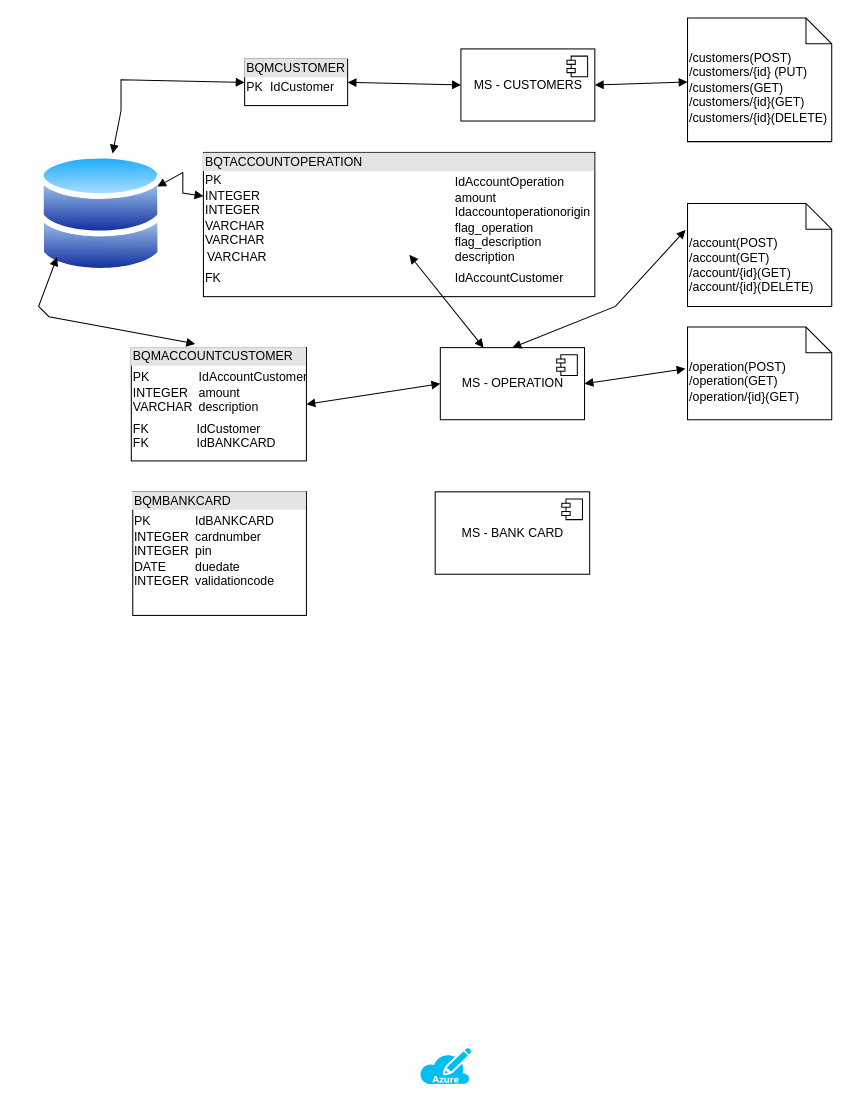
Before: SolutionBank-v1.drawio in AppBancoQuarkus/designsolution, a draw.io diagram. Source tidied: cells renumbered, new cells numbered last; positions are measured from the earlier drawing's top-left corner, leaving out a move shared by most shapes. Both pictures are drawn from the tidied source at 103%, with x=0, y=0 at pixel (38, 18).
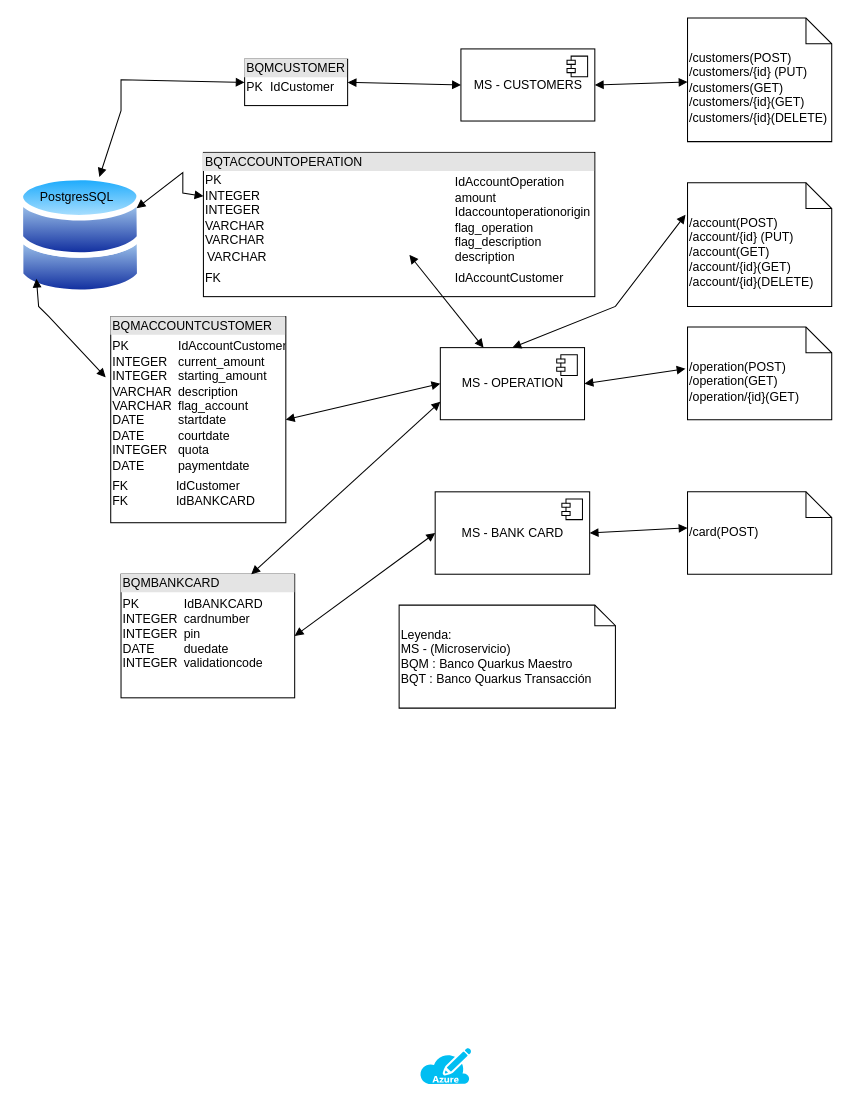
The same page after the edit.

Commit message:
Actualizando el nombre del archivo v1

Unchanged cells that the change refers to:
```xml
<mxCell id="12" value="MS - OPERATION" style="html=1;" parent="1" vertex="1">
  <mxGeometry x="390" y="320" width="140" height="70" as="geometry" />
</mxCell>
<mxCell id="23" value="MS - BANK CARD" style="html=1;" parent="1" vertex="1">
  <mxGeometry x="385" y="460" width="150" height="80" as="geometry" />
</mxCell>
```

Change to the diagram source:
```diff
@@
     <mxCell id="5" style="perimeter=ellipsePerimeter;html=1;align=center;shadow=0;dashed=0;spacingTop=3;image;image=img/lib/active_directory/databases.svg;" parent="1" vertex="1">
-      <mxGeometry y="130.5" width="121.4" height="119" as="geometry" />
+      <mxGeometry x="-20" y="151.5" width="121.4" height="119" as="geometry" />
     </mxCell>
@@
-    <mxCell id="10" value="&lt;div style=&quot;box-sizing:border-box;width:100%;background:#e4e4e4;padding:2px;&quot;&gt;BQMACCOUNTCUSTOMER&lt;/div&gt;&lt;table style=&quot;width:100%;font-size:1em;&quot; cellpadding=&quot;2&quot; cellspacing=&quot;0&quot;&gt;&lt;tbody&gt;&lt;tr&gt;&lt;td&gt;PK&lt;br&gt;INTEGER&lt;br&gt;VARCHAR&lt;/td&gt;&lt;td&gt;&lt;table style=&quot;font-size: 1em; width: 160px;&quot; cellpadding=&quot;2&quot; cellspacing=&quot;0&quot;&gt;&lt;tbody&gt;&lt;tr&gt;&lt;td&gt;IdAccountCustomer&lt;br&gt;amount&lt;br&gt;description&lt;/td&gt;&lt;/tr&gt;&lt;/tbody&gt;&lt;/table&gt;&lt;/td&gt;&lt;/tr&gt;&lt;tr&gt;&lt;td&gt;FK&lt;br&gt;FK&lt;/td&gt;&lt;td&gt;IdCustomer&lt;br&gt;IdBANKCARD&lt;br&gt;&lt;/td&gt;&lt;/tr&gt;&lt;/tbody&gt;&lt;/table&gt;" style="verticalAlign=top;align=left;overflow=fill;html=1;" parent="1" vertex="1">
-      <mxGeometry x="90" y="320" width="170" height="110" as="geometry" />
+    <mxCell id="10" value="&lt;div style=&quot;box-sizing:border-box;width:100%;background:#e4e4e4;padding:2px;&quot;&gt;BQMACCOUNTCUSTOMER&lt;/div&gt;&lt;table style=&quot;width:100%;font-size:1em;&quot; cellpadding=&quot;2&quot; cellspacing=&quot;0&quot;&gt;&lt;tbody&gt;&lt;tr&gt;&lt;td&gt;PK&lt;br&gt;INTEGER&lt;br&gt;INTEGER&lt;br&gt;VARCHAR&lt;br&gt;VARCHAR&lt;br&gt;DATE&lt;br&gt;DATE&lt;br&gt;INTEGER&lt;br&gt;DATE&lt;/td&gt;&lt;td&gt;&lt;table style=&quot;font-size: 1em; width: 160px;&quot; cellpadding=&quot;2&quot; cellspacing=&quot;0&quot;&gt;&lt;tbody&gt;&lt;tr&gt;&lt;td&gt;IdAccountCustomer&lt;br&gt;current_amount&lt;br&gt;starting_amount&lt;br&gt;description&lt;br&gt;flag_account&lt;br&gt;startdate&lt;br&gt;courtdate&lt;br&gt;quota&lt;br&gt;paymentdate&lt;br&gt;&lt;/td&gt;&lt;/tr&gt;&lt;/tbody&gt;&lt;/table&gt;&lt;/td&gt;&lt;/tr&gt;&lt;tr&gt;&lt;td&gt;FK&lt;br&gt;FK&lt;/td&gt;&lt;td&gt;IdCustomer&lt;br&gt;IdBANKCARD&lt;br&gt;&lt;/td&gt;&lt;/tr&gt;&lt;/tbody&gt;&lt;/table&gt;" style="verticalAlign=top;align=left;overflow=fill;html=1;" parent="1" vertex="1">
+      <mxGeometry x="70" y="290" width="170" height="200" as="geometry" />
     </mxCell>
@@
-    <mxCell id="14" value="/account(POST)&lt;br&gt;&lt;div style=&quot;&quot;&gt;&lt;span style=&quot;background-color: initial;&quot;&gt;/&lt;/span&gt;account&lt;span style=&quot;background-color: initial;&quot;&gt;(GET)&lt;/span&gt;&lt;/div&gt;&lt;div style=&quot;&quot;&gt;/account/{id}(GET)&lt;/div&gt;/account/{id}(DELETE)" style="shape=note2;boundedLbl=1;whiteSpace=wrap;html=1;size=25;verticalAlign=top;align=left;" parent="1" vertex="1">
-      <mxGeometry x="630" y="180" width="140" height="100" as="geometry" />
+    <mxCell id="14" value="/account(POST)&lt;br&gt;/account/{id} (PUT)&lt;br&gt;&lt;div style=&quot;&quot;&gt;&lt;span style=&quot;background-color: initial;&quot;&gt;/&lt;/span&gt;account&lt;span style=&quot;background-color: initial;&quot;&gt;(GET)&lt;/span&gt;&lt;/div&gt;&lt;div style=&quot;&quot;&gt;/account/{id}(GET)&lt;/div&gt;/account/{id}(DELETE)" style="shape=note2;boundedLbl=1;whiteSpace=wrap;html=1;size=25;verticalAlign=top;align=left;" parent="1" vertex="1">
+      <mxGeometry x="630" y="160" width="140" height="120" as="geometry" />
     </mxCell>
@@
-    <mxCell id="21" style="endArrow=block;startArrow=block;endFill=1;startFill=1;html=1;rounded=0;entryX=0.365;entryY=-0.033;entryDx=0;entryDy=0;entryPerimeter=0;exitX=0;exitY=1;exitDx=0;exitDy=0;" parent="1" edge="1" source="5" target="10">
+    <mxCell id="21" style="endArrow=block;startArrow=block;endFill=1;startFill=1;html=1;rounded=0;entryX=-0.029;entryY=0.294;entryDx=0;entryDy=0;entryPerimeter=0;exitX=0;exitY=1;exitDx=0;exitDy=0;" parent="1" edge="1" source="5" target="10">
       <mxGeometry relative="1" as="geometry">
         <Array as="points">
           <mxPoint y="280" />
           <mxPoint x="10" y="290" />
         </Array>
       </mxGeometry>
     </mxCell>
@@
     <mxCell id="25" value="&lt;div style=&quot;box-sizing:border-box;width:100%;background:#e4e4e4;padding:2px;&quot;&gt;BQMBANKCARD&lt;/div&gt;&lt;table style=&quot;width:100%;font-size:1em;&quot; cellpadding=&quot;2&quot; cellspacing=&quot;0&quot;&gt;&lt;tbody&gt;&lt;tr&gt;&lt;td&gt;PK&lt;br&gt;INTEGER&lt;br&gt;INTEGER&lt;br&gt;DATE&lt;br&gt;INTEGER&lt;br&gt;&lt;/td&gt;&lt;td&gt;&lt;table style=&quot;font-size: 1em; width: 160px;&quot; cellpadding=&quot;2&quot; cellspacing=&quot;0&quot;&gt;&lt;tbody&gt;&lt;tr&gt;&lt;td&gt;IdBANKCARD&lt;br&gt;cardnumber&lt;br&gt;pin&lt;br&gt;duedate&lt;br&gt;validationcode&lt;/td&gt;&lt;/tr&gt;&lt;/tbody&gt;&lt;/table&gt;&lt;/td&gt;&lt;/tr&gt;&lt;tr&gt;&lt;td&gt;&lt;br&gt;&lt;/td&gt;&lt;td&gt;&lt;br&gt;&lt;/td&gt;&lt;/tr&gt;&lt;/tbody&gt;&lt;/table&gt;" style="verticalAlign=top;align=left;overflow=fill;html=1;" parent="1" vertex="1">
-      <mxGeometry x="91.4" y="460" width="168.6" height="120" as="geometry" />
+      <mxGeometry x="80" y="540" width="168.6" height="120" as="geometry" />
     </mxCell>
+    <mxCell id="26" style="endArrow=block;startArrow=block;endFill=1;startFill=1;html=1;rounded=0;entryX=0;entryY=0.5;entryDx=0;entryDy=0;exitX=1;exitY=0.5;exitDx=0;exitDy=0;" parent="1" edge="1" source="25" target="23">
+      <mxGeometry relative="1" as="geometry" />
+    </mxCell>
+    <mxCell id="27" style="endArrow=block;startArrow=block;endFill=1;startFill=1;html=1;rounded=0;exitX=1;exitY=0.5;exitDx=0;exitDy=0;entryX=0;entryY=0.5;entryDx=0;entryDy=0;entryPerimeter=0;" parent="1" edge="1" source="23">
+      <mxGeometry relative="1" as="geometry">
+        <mxPoint x="630" y="495" as="targetPoint" />
+      </mxGeometry>
+    </mxCell>
+    <mxCell id="28" value="/card(POST)" style="shape=note2;boundedLbl=1;whiteSpace=wrap;html=1;size=25;verticalAlign=top;align=left;" parent="1" vertex="1">
+      <mxGeometry x="630" y="460" width="140" height="80" as="geometry" />
+    </mxCell>
+    <mxCell id="29" style="endArrow=block;startArrow=block;endFill=1;startFill=1;html=1;rounded=0;entryX=0;entryY=0.75;entryDx=0;entryDy=0;exitX=0.75;exitY=0;exitDx=0;exitDy=0;" parent="1" edge="1" source="25" target="12">
+      <mxGeometry relative="1" as="geometry" />
+    </mxCell>
+    <mxCell id="30" value="Leyenda:&lt;br&gt;MS - (Microservicio)&lt;br&gt;BQM : Banco Quarkus Maestro&lt;br&gt;BQT : Banco Quarkus Transacción" style="shape=note;size=20;whiteSpace=wrap;html=1;align=left;" parent="1" vertex="1">
+      <mxGeometry x="350" y="570" width="210" height="100" as="geometry" />
+    </mxCell>
+    <mxCell id="31" value="PostgresSQL" style="text;strokeColor=none;fillColor=none;spacingLeft=4;spacingRight=4;overflow=hidden;fontSize=12;" parent="1" vertex="1">
+      <mxGeometry x="-4.3" y="160" width="90" height="30" as="geometry" />
+    </mxCell>
```
